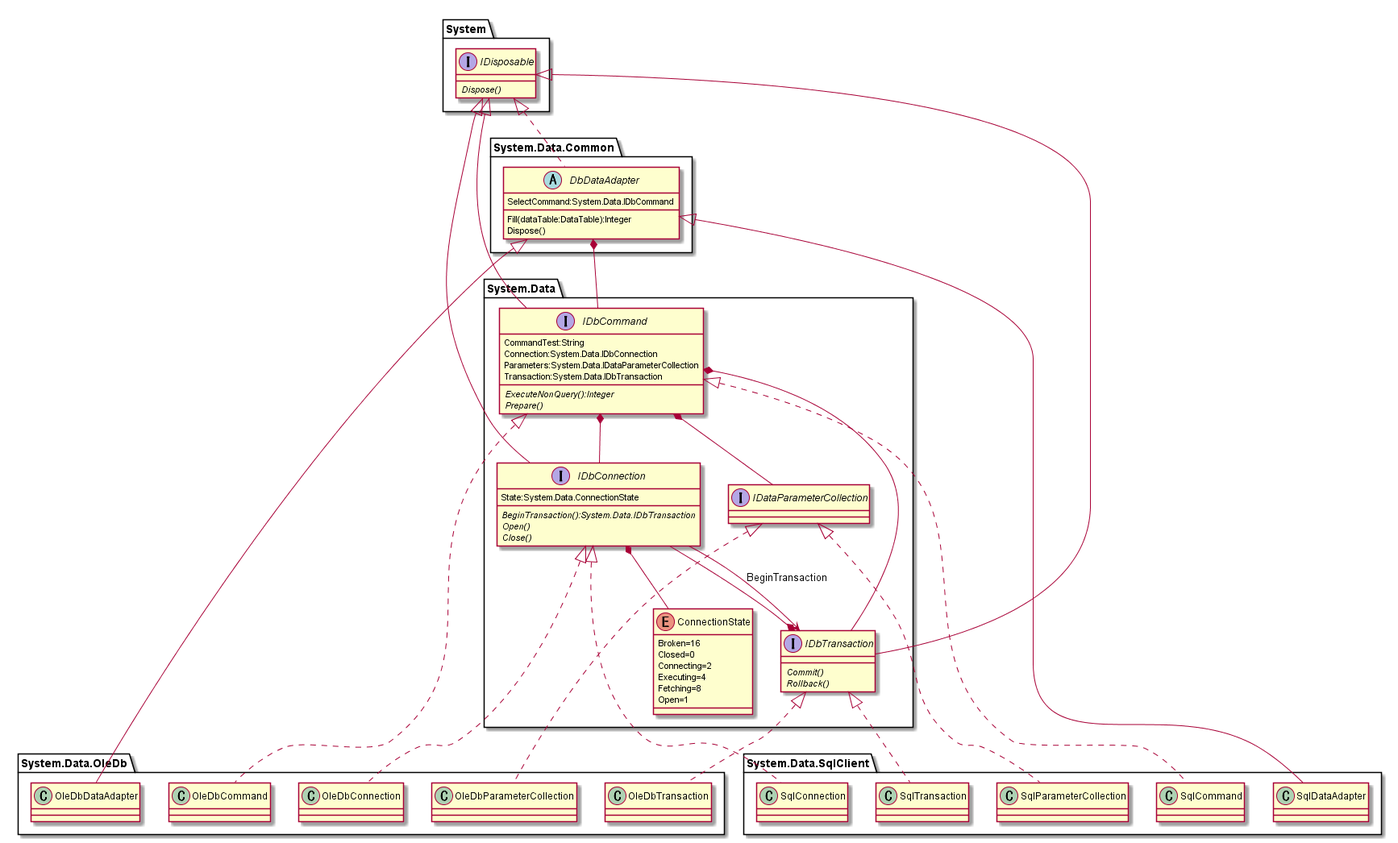
hirorich/CommonTool keeps this PlantUML diagram as doc/ClassDiagram/DB_DotNetFramework.png. Above is the earlier version.
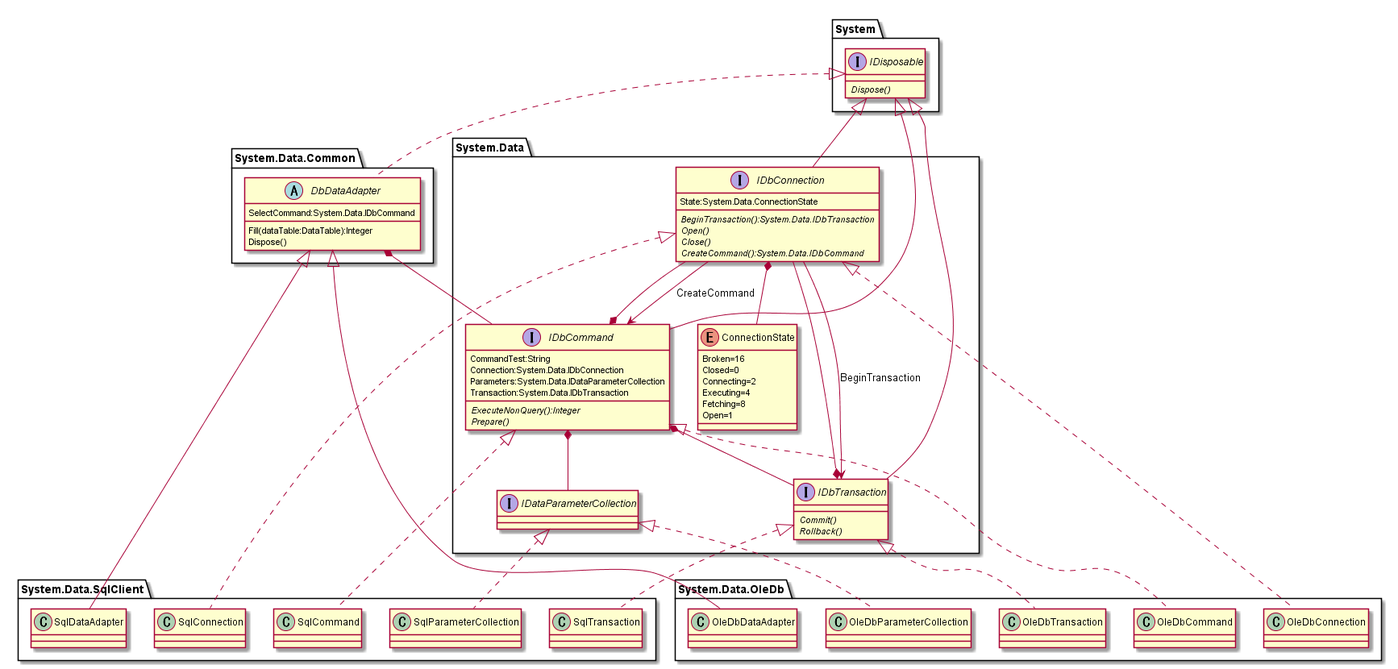
Above is the later version.

The edit, as a diff of the source:
```diff
@@ -10,6 +10,7 @@
   {abstract} BeginTransaction():System.Data.IDbTransaction
   {abstract} Open()
   {abstract} Close()
+  {abstract} CreateCommand():System.Data.IDbCommand
 }
 System.IDisposable <|-- System.Data.IDbConnection
 System.Data.IDbConnection <|.. System.Data.SqlClient.SqlConnection
@@ -62,6 +63,7 @@
 
 System.Data.IDbTransaction *-- System.Data.IDbConnection
 System.Data.IDbConnection --> System.Data.IDbTransaction:BeginTransaction
+System.Data.IDbConnection --> System.Data.IDbCommand:CreateCommand
 System.Data.IDbConnection *-- System.Data.ConnectionState
 System.Data.IDbCommand *-- System.Data.IDbConnection
 System.Data.IDbCommand *-- System.Data.IDataParameterCollection
```
